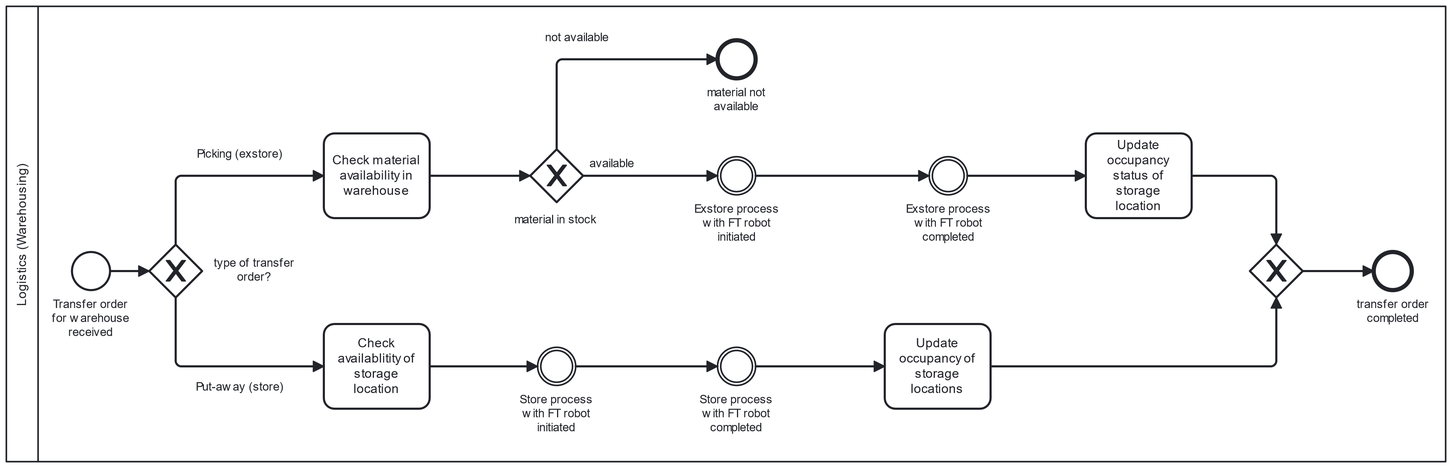
Earlier version of the BPMN export processmodels/strategic_model_logistics.png (BpaLabTHCologne/bpa_lab_docs). Its source is kept beside it as processmodels/strategic_model_logistics.bpmn. Ids are renumbered.
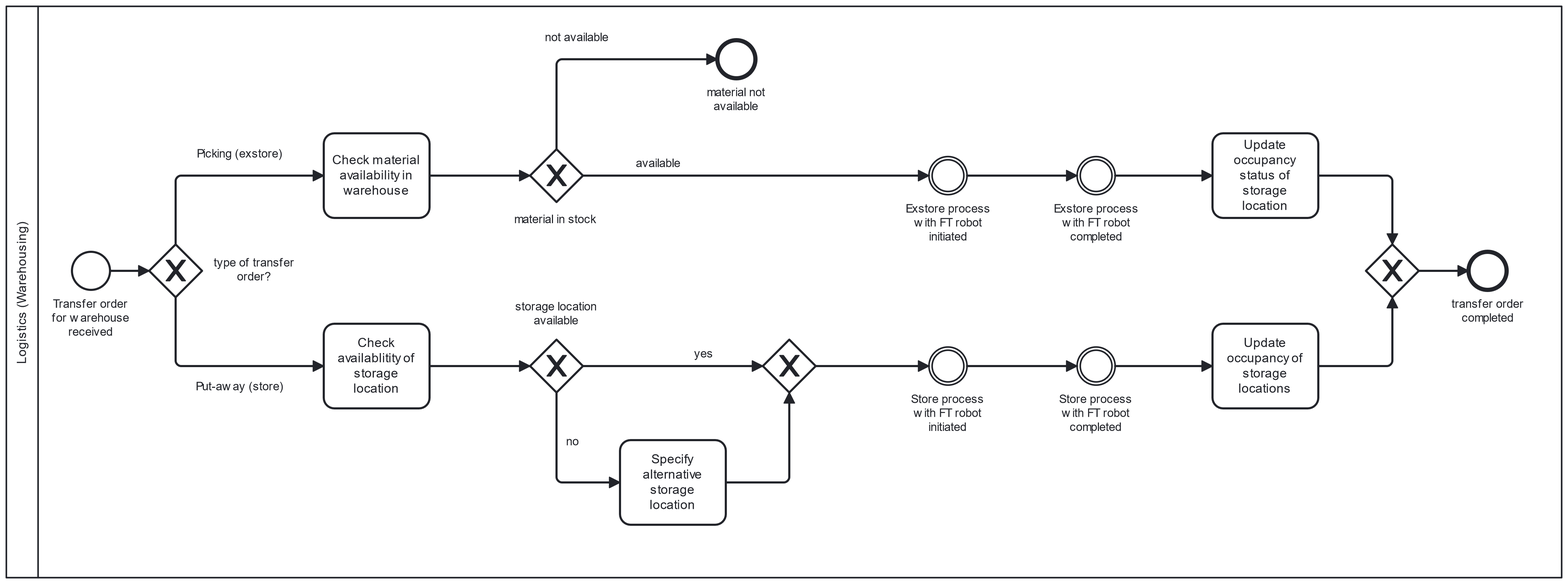
After the change.

Commit message:
Updates to process models

Change to the diagram source:
```diff
@@ -16,10 +16,6 @@
       <bpmn:outgoing>Flow_n10</bpmn:outgoing>
       <bpmn:outgoing>Flow_n11</bpmn:outgoing>
     </bpmn:exclusiveGateway>
-    <bpmn:intermediateThrowEvent id="Event_n12" name="Store process with FT robot initiated">
-      <bpmn:incoming>Flow_n13</bpmn:incoming>
-      <bpmn:outgoing>Flow_n14</bpmn:outgoing>
-    </bpmn:intermediateThrowEvent>
     <bpmn:sequenceFlow id="Flow_n4" sourceRef="StartEvent_1" targetRef="Gateway_n5" />
     <bpmn:sequenceFlow id="Flow_n15" sourceRef="Gateway_n16" targetRef="Event_n17" />
     <bpmn:sequenceFlow id="Flow_n6" name="Put-away (store)" sourceRef="Gateway_n5" targetRef="Activity_n18" />
@@ -27,7 +23,6 @@
     <bpmn:sequenceFlow id="Flow_n9" sourceRef="Activity_n19" targetRef="Gateway_n8" />
     <bpmn:sequenceFlow id="Flow_n10" name="available" sourceRef="Gateway_n8" targetRef="Event_n20" />
     <bpmn:sequenceFlow id="Flow_n11" name="not available" sourceRef="Gateway_n8" targetRef="Event_n21" />
-    <bpmn:sequenceFlow id="Flow_n13" sourceRef="Activity_n18" targetRef="Event_n12" />
     <bpmn:sequenceFlow id="Flow_n14" sourceRef="Event_n12" targetRef="Event_n22" />
     <bpmn:sequenceFlow id="Flow_n23" sourceRef="Event_n22" targetRef="Activity_n24" />
     <bpmn:sequenceFlow id="Flow_n25" sourceRef="Activity_n24" targetRef="Gateway_n16" />
@@ -39,28 +34,23 @@
     <bpmn:sequenceFlow id="Flow_n30" sourceRef="Activity_n29" targetRef="Gateway_n16" />
     <bpmn:task id="Activity_n18" name="Check availablitity of storage location">
       <bpmn:incoming>Flow_n6</bpmn:incoming>
-      <bpmn:outgoing>Flow_n13</bpmn:outgoing>
+      <bpmn:outgoing>Flow_n31</bpmn:outgoing>
     </bpmn:task>
-    <bpmn:task id="Activity_n24" name="Update occupancy of storage locations">
-      <bpmn:incoming>Flow_n23</bpmn:incoming>
-      <bpmn:outgoing>Flow_n25</bpmn:outgoing>
-    </bpmn:task>
-    <bpmn:intermediateThrowEvent id="Event_n22" name="Store process with FT robot completed">
-      <bpmn:incoming>Flow_n14</bpmn:incoming>
-      <bpmn:outgoing>Flow_n23</bpmn:outgoing>
-    </bpmn:intermediateThrowEvent>
     <bpmn:task id="Activity_n19" name="Check material availability in warehouse">
       <bpmn:incoming>Flow_n7</bpmn:incoming>
       <bpmn:outgoing>Flow_n9</bpmn:outgoing>
     </bpmn:task>
-    <bpmn:intermediateThrowEvent id="Event_n20" name="Exstore process with FT robot initiated">
-      <bpmn:incoming>Flow_n10</bpmn:incoming>
-      <bpmn:outgoing>Flow_n26</bpmn:outgoing>
-    </bpmn:intermediateThrowEvent>
-    <bpmn:intermediateThrowEvent id="Event_n27" name="Exstore process with FT robot completed">
-      <bpmn:incoming>Flow_n26</bpmn:incoming>
-      <bpmn:outgoing>Flow_n28</bpmn:outgoing>
-    </bpmn:intermediateThrowEvent>
+    <bpmn:sequenceFlow id="Flow_n31" sourceRef="Activity_n18" targetRef="Gateway_n32" />
+    <bpmn:exclusiveGateway id="Gateway_n32" name="storage location available">
+      <bpmn:incoming>Flow_n31</bpmn:incoming>
+      <bpmn:outgoing>Flow_n33</bpmn:outgoing>
+      <bpmn:outgoing>Flow_n34</bpmn:outgoing>
+    </bpmn:exclusiveGateway>
+    <bpmn:sequenceFlow id="Flow_n33" name="yes" sourceRef="Gateway_n32" targetRef="Gateway_n35" />
+    <bpmn:sequenceFlow id="Flow_n34" name="no" sourceRef="Gateway_n32" targetRef="Activity_n36" />
+    <bpmn:endEvent id="Event_n17" name="transfer order completed">
+      <bpmn:incoming>Flow_n15</bpmn:incoming>
+    </bpmn:endEvent>
     <bpmn:task id="Activity_n29" name="Update occupancy status of storage location">
       <bpmn:incoming>Flow_n28</bpmn:incoming>
       <bpmn:outgoing>Flow_n30</bpmn:outgoing>
@@ -70,14 +60,42 @@
       <bpmn:incoming>Flow_n30</bpmn:incoming>
       <bpmn:outgoing>Flow_n15</bpmn:outgoing>
     </bpmn:exclusiveGateway>
-    <bpmn:endEvent id="Event_n17" name="transfer order completed">
-      <bpmn:incoming>Flow_n15</bpmn:incoming>
-    </bpmn:endEvent>
+    <bpmn:intermediateThrowEvent id="Event_n27" name="Exstore process with FT robot completed">
+      <bpmn:incoming>Flow_n26</bpmn:incoming>
+      <bpmn:outgoing>Flow_n28</bpmn:outgoing>
+    </bpmn:intermediateThrowEvent>
+    <bpmn:intermediateThrowEvent id="Event_n20" name="Exstore process with FT robot initiated">
+      <bpmn:incoming>Flow_n10</bpmn:incoming>
+      <bpmn:outgoing>Flow_n26</bpmn:outgoing>
+    </bpmn:intermediateThrowEvent>
+    <bpmn:task id="Activity_n24" name="Update occupancy of storage locations">
+      <bpmn:incoming>Flow_n23</bpmn:incoming>
+      <bpmn:outgoing>Flow_n25</bpmn:outgoing>
+    </bpmn:task>
+    <bpmn:intermediateThrowEvent id="Event_n22" name="Store process with FT robot completed">
+      <bpmn:incoming>Flow_n14</bpmn:incoming>
+      <bpmn:outgoing>Flow_n23</bpmn:outgoing>
+    </bpmn:intermediateThrowEvent>
+    <bpmn:intermediateThrowEvent id="Event_n12" name="Store process with FT robot initiated">
+      <bpmn:incoming>Flow_n37</bpmn:incoming>
+      <bpmn:outgoing>Flow_n14</bpmn:outgoing>
+    </bpmn:intermediateThrowEvent>
+    <bpmn:sequenceFlow id="Flow_n37" sourceRef="Gateway_n35" targetRef="Event_n12" />
+    <bpmn:exclusiveGateway id="Gateway_n35">
+      <bpmn:incoming>Flow_n33</bpmn:incoming>
+      <bpmn:incoming>Flow_n38</bpmn:incoming>
+      <bpmn:outgoing>Flow_n37</bpmn:outgoing>
+    </bpmn:exclusiveGateway>
+    <bpmn:task id="Activity_n36" name="Specify alternative storage location">
+      <bpmn:incoming>Flow_n34</bpmn:incoming>
+      <bpmn:outgoing>Flow_n38</bpmn:outgoing>
+    </bpmn:task>
+    <bpmn:sequenceFlow id="Flow_n38" sourceRef="Activity_n36" targetRef="Gateway_n35" />
   </bpmn:process>
   <bpmndi:BPMNDiagram id="BPMNDiagram_1">
     <bpmndi:BPMNPlane id="BPMNPlane_1" bpmnElement="Collaboration_n1">
       <bpmndi:BPMNShape id="Participant_n2_di" bpmnElement="Participant_n2" isHorizontal="true">
-        <dc:Bounds x="150" y="80" width="1360" height="430" />
+        <dc:Bounds x="150" y="80" width="1470" height="540" />
         <bpmndi:BPMNLabel />
       </bpmndi:BPMNShape>
       <bpmndi:BPMNShape id="_BPMNShape_StartEvent_2" bpmnElement="StartEvent_1">
@@ -98,12 +116,6 @@
           <dc:Bounds x="630" y="275" width="79" height="14" />
         </bpmndi:BPMNLabel>
       </bpmndi:BPMNShape>
-      <bpmndi:BPMNShape id="Event_n12_di" bpmnElement="Event_n12">
-        <dc:Bounds x="652" y="402" width="36" height="36" />
-        <bpmndi:BPMNLabel>
-          <dc:Bounds x="635" y="445" width="70" height="40" />
-        </bpmndi:BPMNLabel>
-      </bpmndi:BPMNShape>
       <bpmndi:BPMNShape id="Event_n21_di" bpmnElement="Event_n21">
         <dc:Bounds x="822" y="112" width="36" height="36" />
         <bpmndi:BPMNLabel>
@@ -114,52 +126,71 @@
         <dc:Bounds x="450" y="380" width="100" height="80" />
         <bpmndi:BPMNLabel />
       </bpmndi:BPMNShape>
-      <bpmndi:BPMNShape id="Activity_n24_di" bpmnElement="Activity_n24">
-        <dc:Bounds x="980" y="380" width="100" height="80" />
-        <bpmndi:BPMNLabel />
-      </bpmndi:BPMNShape>
-      <bpmndi:BPMNShape id="Event_n22_di" bpmnElement="Event_n22">
-        <dc:Bounds x="822" y="402" width="36" height="36" />
-        <bpmndi:BPMNLabel>
-          <dc:Bounds x="805" y="445" width="70" height="40" />
-        </bpmndi:BPMNLabel>
-      </bpmndi:BPMNShape>
       <bpmndi:BPMNShape id="Activity_n19_di" bpmnElement="Activity_n19">
         <dc:Bounds x="450" y="200" width="100" height="80" />
         <bpmndi:BPMNLabel />
       </bpmndi:BPMNShape>
-      <bpmndi:BPMNShape id="Event_n20_di" bpmnElement="Event_n20">
-        <dc:Bounds x="822" y="222" width="36" height="36" />
+      <bpmndi:BPMNShape id="Gateway_n32_di" bpmnElement="Gateway_n32" isMarkerVisible="true">
+        <dc:Bounds x="645" y="395" width="50" height="50" />
         <bpmndi:BPMNLabel>
-          <dc:Bounds x="800" y="265" width="81" height="40" />
+          <dc:Bounds x="631" y="357.5" width="78" height="27" />
         </bpmndi:BPMNLabel>
       </bpmndi:BPMNShape>
+      <bpmndi:BPMNShape id="Event_n17_di" bpmnElement="Event_n17">
+        <dc:Bounds x="1532" y="312" width="36" height="36" />
+        <bpmndi:BPMNLabel>
+          <dc:Bounds x="1516" y="355" width="69" height="27" />
+        </bpmndi:BPMNLabel>
+      </bpmndi:BPMNShape>
+      <bpmndi:BPMNShape id="Activity_n29_di" bpmnElement="Activity_n29">
+        <dc:Bounds x="1290" y="200" width="100" height="80" />
+        <bpmndi:BPMNLabel />
+      </bpmndi:BPMNShape>
+      <bpmndi:BPMNShape id="Gateway_n16_di" bpmnElement="Gateway_n16" isMarkerVisible="true">
+        <dc:Bounds x="1435" y="305" width="50" height="50" />
+      </bpmndi:BPMNShape>
       <bpmndi:BPMNShape id="Event_n27_di" bpmnElement="Event_n27">
+        <dc:Bounds x="1162" y="222" width="36" height="36" />
+        <bpmndi:BPMNLabel>
+          <dc:Bounds x="1140" y="265" width="81" height="40" />
+        </bpmndi:BPMNLabel>
+      </bpmndi:BPMNShape>
+      <bpmndi:BPMNShape id="Event_n20_di" bpmnElement="Event_n20">
         <dc:Bounds x="1022" y="222" width="36" height="36" />
         <bpmndi:BPMNLabel>
           <dc:Bounds x="1000" y="265" width="81" height="40" />
         </bpmndi:BPMNLabel>
       </bpmndi:BPMNShape>
-      <bpmndi:BPMNShape id="Activity_n29_di" bpmnElement="Activity_n29">
-        <dc:Bounds x="1170" y="200" width="100" height="80" />
+      <bpmndi:BPMNShape id="Activity_n24_di" bpmnElement="Activity_n24">
+        <dc:Bounds x="1290" y="380" width="100" height="80" />
         <bpmndi:BPMNLabel />
       </bpmndi:BPMNShape>
-      <bpmndi:BPMNShape id="Gateway_n16_di" bpmnElement="Gateway_n16" isMarkerVisible="true">
-        <dc:Bounds x="1325" y="305" width="50" height="50" />
+      <bpmndi:BPMNShape id="Event_n22_di" bpmnElement="Event_n22">
+        <dc:Bounds x="1162" y="402" width="36" height="36" />
+        <bpmndi:BPMNLabel>
+          <dc:Bounds x="1145" y="445" width="70" height="40" />
+        </bpmndi:BPMNLabel>
       </bpmndi:BPMNShape>
-      <bpmndi:BPMNShape id="Event_n17_di" bpmnElement="Event_n17">
-        <dc:Bounds x="1442" y="312" width="36" height="36" />
+      <bpmndi:BPMNShape id="Event_n12_di" bpmnElement="Event_n12">
+        <dc:Bounds x="1022" y="402" width="36" height="36" />
         <bpmndi:BPMNLabel>
-          <dc:Bounds x="1426" y="355" width="69" height="27" />
+          <dc:Bounds x="1005" y="445" width="70" height="40" />
         </bpmndi:BPMNLabel>
+      </bpmndi:BPMNShape>
+      <bpmndi:BPMNShape id="Gateway_n35_di" bpmnElement="Gateway_n35" isMarkerVisible="true">
+        <dc:Bounds x="865" y="395" width="50" height="50" />
+      </bpmndi:BPMNShape>
+      <bpmndi:BPMNShape id="Activity_n36_di" bpmnElement="Activity_n36">
+        <dc:Bounds x="730" y="490" width="100" height="80" />
+        <bpmndi:BPMNLabel />
       </bpmndi:BPMNShape>
       <bpmndi:BPMNEdge id="Flow_n4_di" bpmnElement="Flow_n4">
         <di:waypoint x="248" y="330" />
         <di:waypoint x="285" y="330" />
       </bpmndi:BPMNEdge>
       <bpmndi:BPMNEdge id="Flow_n15_di" bpmnElement="Flow_n15">
-        <di:waypoint x="1375" y="330" />
-        <di:waypoint x="1442" y="330" />
+        <di:waypoint x="1485" y="330" />
+        <di:waypoint x="1532" y="330" />
       </bpmndi:BPMNEdge>
       <bpmndi:BPMNEdge id="Flow_n6_di" bpmnElement="Flow_n6">
         <di:waypoint x="310" y="355" />
@@ -183,9 +214,9 @@
       </bpmndi:BPMNEdge>
       <bpmndi:BPMNEdge id="Flow_n10_di" bpmnElement="Flow_n10">
         <di:waypoint x="695" y="240" />
-        <di:waypoint x="822" y="240" />
+        <di:waypoint x="1022" y="240" />
         <bpmndi:BPMNLabel>
-          <dc:Bounds x="701" y="222" width="43" height="14" />
+          <dc:Bounds x="745" y="222" width="43" height="14" />
         </bpmndi:BPMNLabel>
       </bpmndi:BPMNEdge>
       <bpmndi:BPMNEdge id="Flow_n11_di" bpmnElement="Flow_n11">
@@ -196,35 +227,59 @@
           <dc:Bounds x="659" y="103" width="61" height="14" />
         </bpmndi:BPMNLabel>
       </bpmndi:BPMNEdge>
-      <bpmndi:BPMNEdge id="Flow_n13_di" bpmnElement="Flow_n13">
-        <di:waypoint x="550" y="420" />
-        <di:waypoint x="652" y="420" />
-      </bpmndi:BPMNEdge>
       <bpmndi:BPMNEdge id="Flow_n14_di" bpmnElement="Flow_n14">
-        <di:waypoint x="688" y="420" />
-        <di:waypoint x="822" y="420" />
+        <di:waypoint x="1058" y="420" />
+        <di:waypoint x="1162" y="420" />
       </bpmndi:BPMNEdge>
       <bpmndi:BPMNEdge id="Flow_n23_di" bpmnElement="Flow_n23">
-        <di:waypoint x="858" y="420" />
-        <di:waypoint x="980" y="420" />
+        <di:waypoint x="1198" y="420" />
+        <di:waypoint x="1290" y="420" />
       </bpmndi:BPMNEdge>
       <bpmndi:BPMNEdge id="Flow_n25_di" bpmnElement="Flow_n25">
-        <di:waypoint x="1080" y="420" />
-        <di:waypoint x="1350" y="420" />
-        <di:waypoint x="1350" y="355" />
+        <di:waypoint x="1390" y="420" />
+        <di:waypoint x="1460" y="420" />
+        <di:waypoint x="1460" y="355" />
       </bpmndi:BPMNEdge>
       <bpmndi:BPMNEdge id="Flow_n26_di" bpmnElement="Flow_n26">
-        <di:waypoint x="858" y="240" />
-        <di:waypoint x="1022" y="240" />
+        <di:waypoint x="1058" y="240" />
+        <di:waypoint x="1162" y="240" />
       </bpmndi:BPMNEdge>
       <bpmndi:BPMNEdge id="Flow_n28_di" bpmnElement="Flow_n28">
-        <di:waypoint x="1058" y="240" />
-        <di:waypoint x="1170" y="240" />
+        <di:waypoint x="1198" y="240" />
+        <di:waypoint x="1290" y="240" />
       </bpmndi:BPMNEdge>
       <bpmndi:BPMNEdge id="Flow_n30_di" bpmnElement="Flow_n30">
-        <di:waypoint x="1270" y="240" />
-        <di:waypoint x="1350" y="240" />
-        <di:waypoint x="1350" y="305" />
+        <di:waypoint x="1390" y="240" />
+        <di:waypoint x="1460" y="240" />
+        <di:waypoint x="1460" y="305" />
+      </bpmndi:BPMNEdge>
+      <bpmndi:BPMNEdge id="Flow_n31_di" bpmnElement="Flow_n31">
+        <di:waypoint x="550" y="420" />
+        <di:waypoint x="645" y="420" />
+      </bpmndi:BPMNEdge>
+      <bpmndi:BPMNEdge id="Flow_n33_di" bpmnElement="Flow_n33">
+        <di:waypoint x="695" y="420" />
+        <di:waypoint x="865" y="420" />
+        <bpmndi:BPMNLabel>
+          <dc:Bounds x="800" y="402" width="19" height="14" />
+        </bpmndi:BPMNLabel>
+      </bpmndi:BPMNEdge>
+      <bpmndi:BPMNEdge id="Flow_n34_di" bpmnElement="Flow_n34">
+        <di:waypoint x="670" y="445" />
+        <di:waypoint x="670" y="530" />
+        <di:waypoint x="730" y="530" />
+        <bpmndi:BPMNLabel>
+          <dc:Bounds x="679" y="485" width="13" height="14" />
+        </bpmndi:BPMNLabel>
+      </bpmndi:BPMNEdge>
+      <bpmndi:BPMNEdge id="Flow_n37_di" bpmnElement="Flow_n37">
+        <di:waypoint x="915" y="420" />
+        <di:waypoint x="1022" y="420" />
+      </bpmndi:BPMNEdge>
+      <bpmndi:BPMNEdge id="Flow_n38_di" bpmnElement="Flow_n38">
+        <di:waypoint x="830" y="530" />
+        <di:waypoint x="890" y="530" />
+        <di:waypoint x="890" y="445" />
       </bpmndi:BPMNEdge>
     </bpmndi:BPMNPlane>
   </bpmndi:BPMNDiagram>
```
